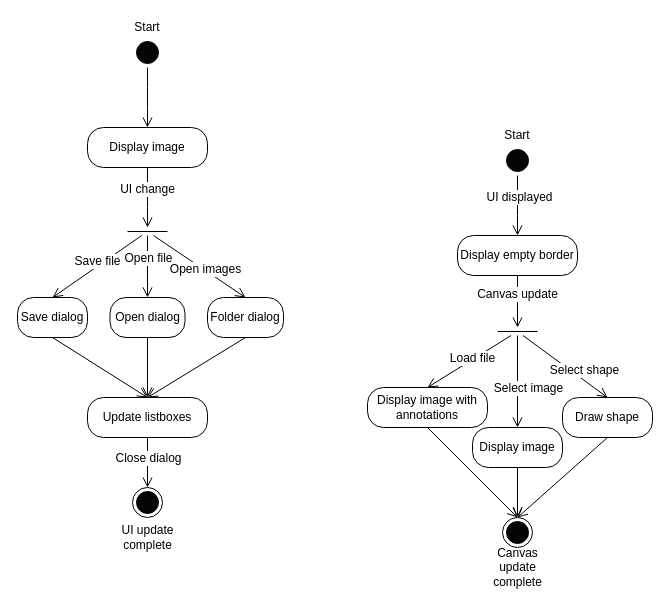
This is page "canvas" (3 of 5) of Planning/uml/uml.drawio from Moss99/SDI, a draw.io file, before an edit. Source tidied: cells renumbered, new cells numbered last; positions are measured from the earlier drawing's top-left corner, leaving out a move shared by most shapes. Both pictures are drawn from the tidied source at 100%, with x=0, y=0 at pixel (17, 17).
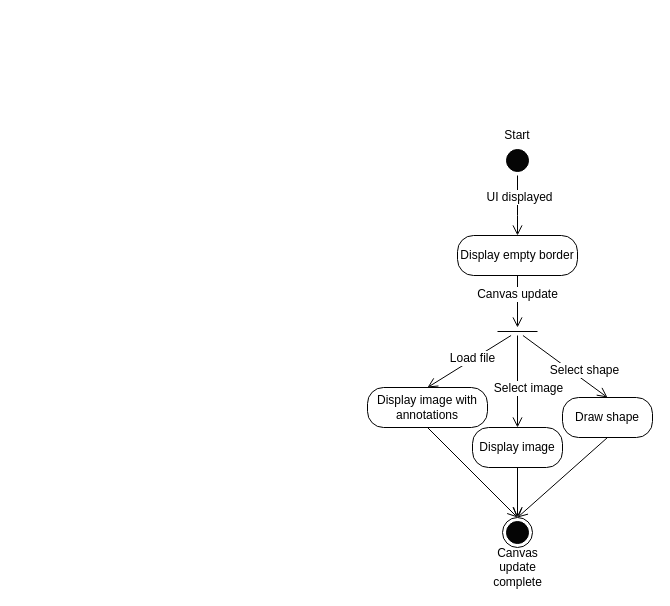
The same diagram, later.

What changed in the source:
```diff
@@
-    <mxCell id="2" style="ellipse;html=1;shape=startState;fillColor=#050505;" parent="1" vertex="1">
-      <mxGeometry x="115" y="20" width="30" height="30" as="geometry" />
-    </mxCell>
-    <mxCell id="3" style="edgeStyle=orthogonalEdgeStyle;html=1;verticalAlign=bottom;endArrow=open;endSize=8;" parent="1" edge="1" source="2">
-      <mxGeometry relative="1" as="geometry">
-        <mxPoint x="130" y="110" as="targetPoint" />
-      </mxGeometry>
-    </mxCell>
-    <mxCell id="4" value="Display image" style="rounded=1;whiteSpace=wrap;html=1;arcSize=40;" parent="1" vertex="1">
-      <mxGeometry x="70" y="110" width="120" height="40" as="geometry" />
-    </mxCell>
-    <mxCell id="5" style="edgeStyle=orthogonalEdgeStyle;html=1;verticalAlign=bottom;endArrow=open;endSize=8;" parent="1" edge="1" source="4">
-      <mxGeometry relative="1" as="geometry">
-        <mxPoint x="130" y="210" as="targetPoint" />
-      </mxGeometry>
-    </mxCell>
-    <mxCell id="6" value="UI change" style="text;html=1;align=center;verticalAlign=middle;labelBackgroundColor=#ffffff;" parent="5" vertex="1">
-      <mxGeometry x="-0.32" y="-1" relative="1" as="geometry" />
-    </mxCell>
-    <mxCell id="7" value="Start" style="text;html=1;strokeColor=none;fillColor=none;align=center;verticalAlign=middle;whiteSpace=wrap;rounded=0;" parent="1" vertex="1">
-      <mxGeometry x="110" width="40" height="20" as="geometry" />
-    </mxCell>
-    <mxCell id="8" style="line;strokeWidth=1;fillColor=none;align=left;verticalAlign=middle;spacingTop=-1;spacingLeft=3;spacingRight=3;labelPosition=right;points=[];portConstraint=eastwest;" parent="1" vertex="1">
-      <mxGeometry x="110" y="210" width="40" height="8" as="geometry" />
-    </mxCell>
-    <mxCell id="9" value="Save dialog" style="rounded=1;whiteSpace=wrap;html=1;arcSize=40;" parent="1" vertex="1">
-      <mxGeometry y="280" width="70" height="40" as="geometry" />
-    </mxCell>
-    <mxCell id="10" value="Open dialog" style="rounded=1;whiteSpace=wrap;html=1;arcSize=40;" parent="1" vertex="1">
-      <mxGeometry x="92.5" y="280" width="75" height="40" as="geometry" />
-    </mxCell>
-    <mxCell id="11" value="Folder dialog" style="rounded=1;whiteSpace=wrap;html=1;arcSize=40;" parent="1" vertex="1">
-      <mxGeometry x="190" y="280" width="76" height="40" as="geometry" />
-    </mxCell>
-    <mxCell id="12" style="html=1;verticalAlign=bottom;endArrow=open;endSize=8;entryX=0.5;entryY=0;entryDx=0;entryDy=0;" parent="1" edge="1" source="8" target="9">
-      <mxGeometry relative="1" as="geometry" />
-    </mxCell>
-    <mxCell id="13" value="Save file" style="text;html=1;align=center;verticalAlign=middle;labelBackgroundColor=#ffffff;" parent="12" vertex="1">
-      <mxGeometry x="-0.21" y="1" relative="1" as="geometry">
-        <mxPoint x="-9.6" as="offset" />
-      </mxGeometry>
-    </mxCell>
-    <mxCell id="14" style="html=1;verticalAlign=bottom;endArrow=open;endSize=8;entryX=0.5;entryY=0;entryDx=0;entryDy=0;" parent="1" edge="1" source="8" target="10">
-      <mxGeometry relative="1" as="geometry" />
-    </mxCell>
-    <mxCell id="15" value="Open file" style="text;html=1;align=center;verticalAlign=middle;labelBackgroundColor=#ffffff;" parent="14" vertex="1">
-      <mxGeometry x="-0.3" relative="1" as="geometry" />
-    </mxCell>
-    <mxCell id="16" style="html=1;verticalAlign=bottom;endArrow=open;endSize=8;entryX=0.5;entryY=0;entryDx=0;entryDy=0;" parent="1" edge="1" source="8" target="11">
-      <mxGeometry relative="1" as="geometry" />
-    </mxCell>
-    <mxCell id="17" value="Open images" style="text;html=1;align=center;verticalAlign=middle;labelBackgroundColor=#ffffff;" parent="16" vertex="1">
-      <mxGeometry x="0.11" y="1" relative="1" as="geometry" />
-    </mxCell>
-    <mxCell id="18" value="Update listboxes" style="rounded=1;whiteSpace=wrap;html=1;arcSize=40;" parent="1" vertex="1">
-      <mxGeometry x="70" y="380" width="120" height="40" as="geometry" />
-    </mxCell>
-    <mxCell id="19" style="html=1;verticalAlign=bottom;endArrow=open;endSize=8;entryX=0.5;entryY=0;entryDx=0;entryDy=0;exitX=0.5;exitY=1;exitDx=0;exitDy=0;" parent="1" edge="1" source="9" target="18">
-      <mxGeometry relative="1" as="geometry" />
-    </mxCell>
-    <mxCell id="20" style="html=1;verticalAlign=bottom;endArrow=open;endSize=8;entryX=0.5;entryY=0;entryDx=0;entryDy=0;exitX=0.5;exitY=1;exitDx=0;exitDy=0;" parent="1" edge="1" source="10" target="18">
-      <mxGeometry relative="1" as="geometry" />
-    </mxCell>
-    <mxCell id="21" style="html=1;verticalAlign=bottom;endArrow=open;endSize=8;entryX=0.5;entryY=0;entryDx=0;entryDy=0;exitX=0.5;exitY=1;exitDx=0;exitDy=0;" parent="1" edge="1" source="11" target="18">
-      <mxGeometry relative="1" as="geometry" />
-    </mxCell>
-    <mxCell id="22" style="ellipse;html=1;shape=endState;fillColor=#050505;" parent="1" vertex="1">
-      <mxGeometry x="115" y="470" width="30" height="30" as="geometry" />
-    </mxCell>
-    <mxCell id="23" style="html=1;verticalAlign=bottom;endArrow=open;endSize=8;entryX=0.5;entryY=0;entryDx=0;entryDy=0;exitX=0.5;exitY=1;exitDx=0;exitDy=0;" parent="1" edge="1" source="18" target="22">
-      <mxGeometry relative="1" as="geometry" />
-    </mxCell>
-    <mxCell id="24" value="Close dialog" style="text;html=1;align=center;verticalAlign=middle;labelBackgroundColor=#ffffff;" parent="23" vertex="1">
-      <mxGeometry x="-0.21" y="1" relative="1" as="geometry">
-        <mxPoint x="-1" as="offset" />
-      </mxGeometry>
-    </mxCell>
-    <mxCell id="25" value="UI update complete" style="text;html=1;strokeColor=none;fillColor=none;align=center;verticalAlign=middle;whiteSpace=wrap;rounded=0;" parent="1" vertex="1">
-      <mxGeometry x="97.5" y="510" width="65" height="20" as="geometry" />
-    </mxCell>
```
